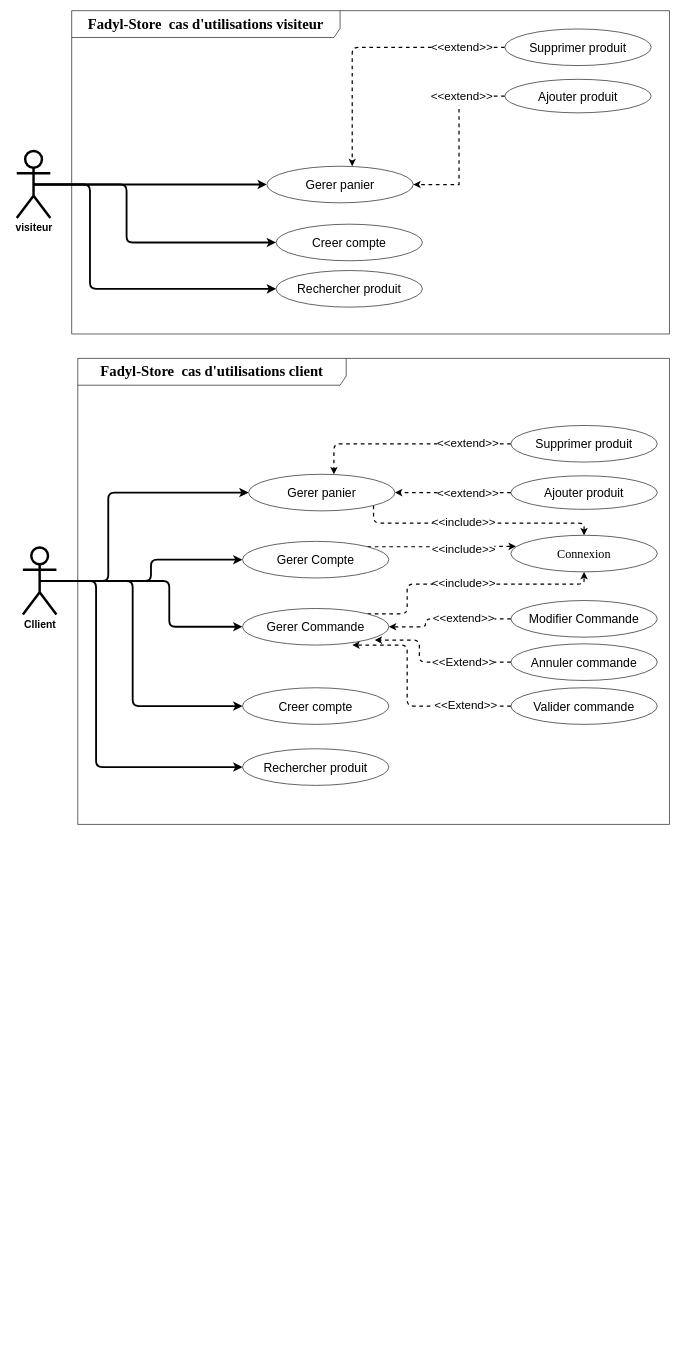
Before: use case.drawio in Meshavegas/Fadhyl-Store, a draw.io diagram. Source tidied: cells renumbered, new cells numbered last; positions are measured from the earlier drawing's top-left corner, leaving out a move shared by most shapes. Both pictures are drawn from the tidied source at 61%, with x=0, y=0 at pixel (16, 10).
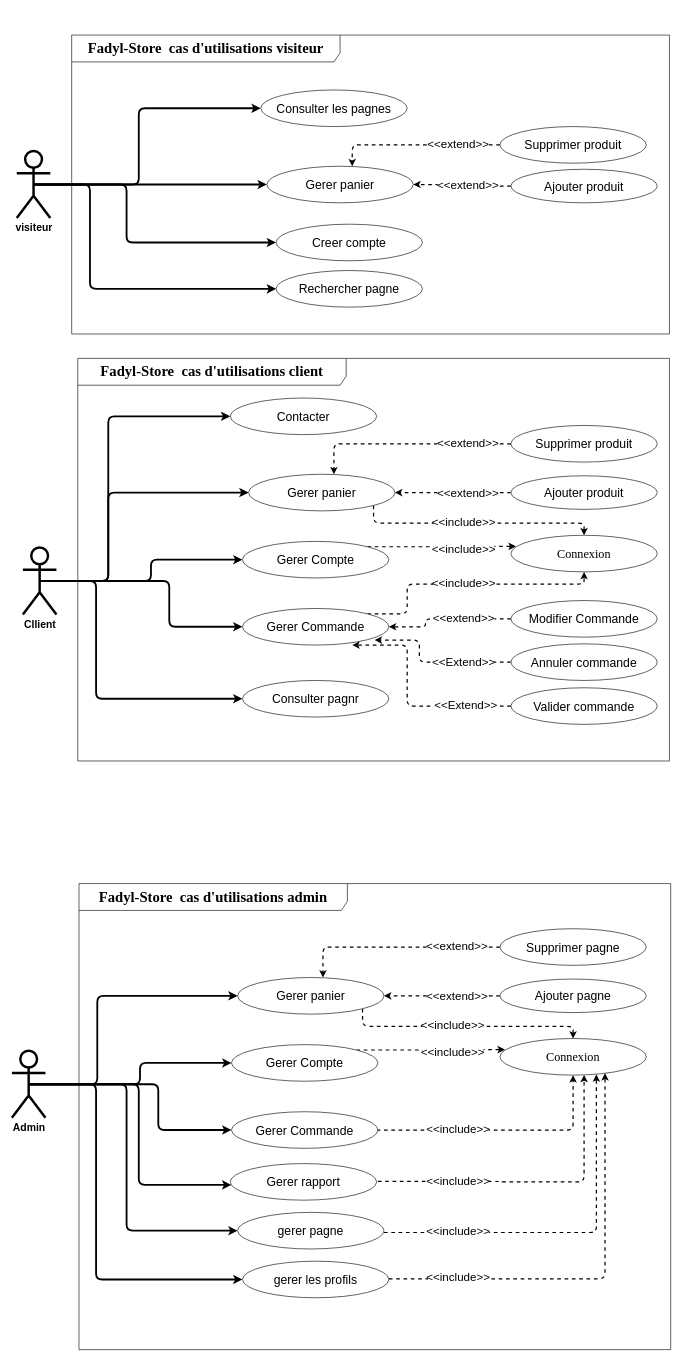
After the change.

The change refers to these unchanged cells:
```xml
<mxCell id="7" value="&lt;b&gt;&lt;font style=&quot;font-size: 17px;&quot;&gt;Cllient&lt;/font&gt;&lt;/b&gt;" style="shape=umlActor;verticalLabelPosition=bottom;verticalAlign=top;html=1;strokeWidth=4;" parent="1" vertex="1">
  <mxGeometry x="10" y="880" width="55" height="110" as="geometry" />
</mxCell>
<mxCell id="39" value="&lt;b&gt;&lt;font style=&quot;font-size: 17px;&quot;&gt;visiteur&lt;/font&gt;&lt;/b&gt;" style="shape=umlActor;verticalLabelPosition=bottom;verticalAlign=top;html=1;strokeWidth=4;" parent="1" vertex="1">
  <mxGeometry y="230" width="55" height="110" as="geometry" />
</mxCell>
```

Diff of the diagram source:
```diff
@@
-    <mxCell id="3" style="edgeStyle=orthogonalEdgeStyle;rounded=1;jettySize=auto;html=1;exitX=0.5;exitY=0.5;exitDx=0;exitDy=0;exitPerimeter=0;entryX=0;entryY=0.5;entryDx=0;entryDy=0;strokeWidth=3;" parent="1" edge="1" source="7" target="14">
-      <mxGeometry relative="1" as="geometry">
-        <Array as="points">
-          <mxPoint x="190" y="935" />
-          <mxPoint x="190" y="1140" />
-        </Array>
-      </mxGeometry>
-    </mxCell>
     <mxCell id="4" style="edgeStyle=orthogonalEdgeStyle;rounded=1;jettySize=auto;html=1;exitX=0.5;exitY=0.5;exitDx=0;exitDy=0;exitPerimeter=0;entryX=0;entryY=0.5;entryDx=0;entryDy=0;strokeWidth=3;" parent="1" edge="1" source="7" target="15">
       <mxGeometry relative="1" as="geometry">
         <Array as="points">
           <mxPoint x="130" y="935" />
-          <mxPoint x="130" y="1240" />
+          <mxPoint x="130" y="1128" />
         </Array>
       </mxGeometry>
     </mxCell>
@@
-    <mxCell id="14" value="&lt;font style=&quot;font-size: 20px;&quot;&gt;Creer compte&lt;/font&gt;" style="ellipse;whiteSpace=wrap;html=1;" parent="1" vertex="1">
-      <mxGeometry x="370" y="1110" width="240" height="60" as="geometry" />
-    </mxCell>
-    <mxCell id="15" value="&lt;font style=&quot;font-size: 20px;&quot;&gt;Rechercher produit&lt;/font&gt;" style="ellipse;whiteSpace=wrap;html=1;" parent="1" vertex="1">
-      <mxGeometry x="370" y="1210" width="240" height="60" as="geometry" />
+    <mxCell id="15" value="&lt;span style=&quot;font-size: 20px;&quot;&gt;Consulter pagnr&lt;/span&gt;" style="ellipse;whiteSpace=wrap;html=1;" parent="1" vertex="1">
+      <mxGeometry x="370" y="1098" width="240" height="60" as="geometry" />
     </mxCell>
@@
     <mxCell id="35" value="&lt;b style=&quot;border-color: var(--border-color); font-family: &amp;quot;Times New Roman&amp;quot;; font-size: 24px;&quot;&gt;Fadyl-Store&amp;nbsp; cas d'utilisations client&lt;/b&gt;" style="shape=umlFrame;whiteSpace=wrap;html=1;width=440;height=44;" parent="1" vertex="1">
-      <mxGeometry x="100" y="570" width="970" height="764" as="geometry" />
+      <mxGeometry x="100" y="570" width="970" height="660" as="geometry" />
     </mxCell>
@@
+    <mxCell id="50" style="edgeStyle=orthogonalEdgeStyle;rounded=1;jettySize=auto;html=1;exitX=0.5;exitY=0.5;exitDx=0;exitDy=0;exitPerimeter=0;entryX=0;entryY=0.5;entryDx=0;entryDy=0;strokeWidth=3;" parent="1" edge="1" source="39" target="86">
+      <mxGeometry relative="1" as="geometry">
+        <Array as="points">
+          <mxPoint x="200" y="285" />
+          <mxPoint x="200" y="160" />
+        </Array>
+      </mxGeometry>
+    </mxCell>
@@
-    <mxCell id="42" value="&lt;font style=&quot;font-size: 20px;&quot;&gt;Rechercher produit&lt;/font&gt;" style="ellipse;whiteSpace=wrap;html=1;" parent="1" vertex="1">
+    <mxCell id="42" value="&lt;font style=&quot;font-size: 20px;&quot;&gt;Rechercher pagne&lt;/font&gt;" style="ellipse;whiteSpace=wrap;html=1;" parent="1" vertex="1">
       <mxGeometry x="425" y="426" width="240" height="60" as="geometry" />
     </mxCell>
@@
     <mxCell id="44" value="&lt;font style=&quot;font-size: 20px;&quot;&gt;Ajouter produit&lt;/font&gt;" style="ellipse;whiteSpace=wrap;html=1;flipV=1;flipH=1;" parent="1" vertex="1">
-      <mxGeometry x="800" y="112.5" width="240" height="55" as="geometry" />
+      <mxGeometry x="810" y="260" width="240" height="55" as="geometry" />
     </mxCell>
@@
     <mxCell id="46" value="&lt;font style=&quot;font-size: 20px;&quot;&gt;Supprimer produit&lt;/font&gt;" style="ellipse;whiteSpace=wrap;html=1;flipV=1;flipH=1;" parent="1" vertex="1">
-      <mxGeometry x="800" y="30" width="240" height="60" as="geometry" />
+      <mxGeometry x="792" y="190" width="240" height="60" as="geometry" />
     </mxCell>
     <mxCell id="47" value="&lt;font style=&quot;font-size: 19px;&quot;&gt;&amp;lt;&amp;lt;extend&amp;gt;&amp;gt;&lt;/font&gt;" style="text;html=1;strokeColor=none;fillColor=default;align=center;verticalAlign=middle;whiteSpace=wrap;rounded=0;" parent="1" vertex="1">
-      <mxGeometry x="680" y="45" width="100" height="30" as="geometry" />
+      <mxGeometry x="674" y="205" width="100" height="30" as="geometry" />
     </mxCell>
     <mxCell id="48" value="&lt;font style=&quot;font-size: 19px;&quot;&gt;&amp;lt;&amp;lt;extend&amp;gt;&amp;gt;&lt;/font&gt;" style="text;html=1;strokeColor=none;fillColor=default;align=center;verticalAlign=middle;whiteSpace=wrap;rounded=0;" parent="1" vertex="1">
-      <mxGeometry x="680" y="126" width="100" height="30" as="geometry" />
+      <mxGeometry x="690" y="272" width="100" height="30" as="geometry" />
     </mxCell>
     <mxCell id="49" value="&lt;b style=&quot;border-color: var(--border-color); font-family: &amp;quot;Times New Roman&amp;quot;; font-size: 24px;&quot;&gt;Fadyl-Store&amp;nbsp; cas d'utilisations visiteur&lt;/b&gt;" style="shape=umlFrame;whiteSpace=wrap;html=1;width=440;height=44;" parent="1" vertex="1">
-      <mxGeometry x="90" width="980" height="530" as="geometry" />
+      <mxGeometry x="90" y="40" width="980" height="490" as="geometry" />
     </mxCell>
+    <mxCell id="51" value="&lt;font style=&quot;font-size: 20px;&quot;&gt;Contacter&lt;/font&gt;" style="ellipse;whiteSpace=wrap;html=1;fillStyle=solid;" parent="1" vertex="1">
+      <mxGeometry x="350" y="635" width="240" height="60" as="geometry" />
+    </mxCell>
+    <mxCell id="52" style="edgeStyle=orthogonalEdgeStyle;jettySize=auto;html=1;exitX=0.5;exitY=0.5;exitDx=0;exitDy=0;exitPerimeter=0;entryX=0;entryY=0.5;entryDx=0;entryDy=0;strokeWidth=3;rounded=1;" parent="1" edge="1" source="7" target="51">
+      <mxGeometry relative="1" as="geometry">
+        <Array as="points">
+          <mxPoint x="150" y="935" />
+          <mxPoint x="150" y="665" />
+        </Array>
+      </mxGeometry>
+    </mxCell>
+    <mxCell id="53" style="edgeStyle=orthogonalEdgeStyle;rounded=1;jettySize=auto;html=1;exitX=0.5;exitY=0.5;exitDx=0;exitDy=0;exitPerimeter=0;entryX=0;entryY=0.5;entryDx=0;entryDy=0;strokeWidth=3;" parent="1" edge="1" source="58" target="64">
+      <mxGeometry relative="1" as="geometry">
+        <Array as="points">
+          <mxPoint x="232" y="1760" />
+          <mxPoint x="232" y="1835" />
+        </Array>
+      </mxGeometry>
+    </mxCell>
+    <mxCell id="54" style="edgeStyle=orthogonalEdgeStyle;rounded=1;jettySize=auto;html=1;exitX=0.5;exitY=0.5;exitDx=0;exitDy=0;exitPerimeter=0;entryX=0;entryY=0.5;entryDx=0;entryDy=0;strokeWidth=3;" parent="1" edge="1" source="58" target="65">
+      <mxGeometry relative="1" as="geometry">
+        <Array as="points">
+          <mxPoint x="180" y="1760" />
+          <mxPoint x="180" y="2000" />
+        </Array>
+      </mxGeometry>
+    </mxCell>
+    <mxCell id="55" style="edgeStyle=orthogonalEdgeStyle;jettySize=auto;html=1;exitX=0.5;exitY=0.5;exitDx=0;exitDy=0;exitPerimeter=0;entryX=0;entryY=0.5;entryDx=0;entryDy=0;strokeWidth=3;rounded=1;" parent="1" edge="1" source="58" target="60">
+      <mxGeometry relative="1" as="geometry">
+        <Array as="points">
+          <mxPoint x="132" y="1760" />
+          <mxPoint x="132" y="1615" />
+        </Array>
+      </mxGeometry>
+    </mxCell>
+    <mxCell id="56" style="edgeStyle=orthogonalEdgeStyle;rounded=1;jettySize=auto;html=1;exitX=0.5;exitY=0.5;exitDx=0;exitDy=0;exitPerimeter=0;entryX=0;entryY=0.5;entryDx=0;entryDy=0;strokeWidth=3;" parent="1" edge="1" source="58" target="62">
+      <mxGeometry relative="1" as="geometry">
+        <Array as="points">
+          <mxPoint x="202" y="1760" />
+          <mxPoint x="202" y="1725" />
+        </Array>
+      </mxGeometry>
+    </mxCell>
+    <mxCell id="57" style="edgeStyle=orthogonalEdgeStyle;rounded=1;jettySize=auto;html=1;exitX=0.5;exitY=0.5;exitDx=0;exitDy=0;exitPerimeter=0;entryX=0;entryY=0.5;entryDx=0;entryDy=0;strokeWidth=3;" parent="1" edge="1" source="58" target="79">
+      <mxGeometry relative="1" as="geometry">
+        <Array as="points">
+          <mxPoint x="130" y="1760" />
+          <mxPoint x="130" y="2080" />
+        </Array>
+      </mxGeometry>
+    </mxCell>
+    <mxCell id="58" value="&lt;b&gt;&lt;font style=&quot;font-size: 17px;&quot;&gt;Admin&lt;/font&gt;&lt;/b&gt;" style="shape=umlActor;verticalLabelPosition=bottom;verticalAlign=top;html=1;strokeWidth=4;" parent="1" vertex="1">
+      <mxGeometry x="-8" y="1705" width="55" height="110" as="geometry" />
+    </mxCell>
+    <mxCell id="59" style="edgeStyle=orthogonalEdgeStyle;rounded=1;jettySize=auto;html=1;exitX=1;exitY=1;exitDx=0;exitDy=0;entryX=0.5;entryY=0;entryDx=0;entryDy=0;dashed=1;strokeWidth=2;" parent="1" edge="1" source="60" target="70">
+      <mxGeometry relative="1" as="geometry">
+        <Array as="points">
+          <mxPoint x="567" y="1665" />
+          <mxPoint x="912" y="1665" />
+        </Array>
+      </mxGeometry>
+    </mxCell>
+    <mxCell id="60" value="&lt;font style=&quot;font-size: 20px;&quot;&gt;Gerer panier&lt;/font&gt;" style="ellipse;whiteSpace=wrap;html=1;fillStyle=solid;" parent="1" vertex="1">
+      <mxGeometry x="362" y="1585" width="240" height="60" as="geometry" />
+    </mxCell>
+    <mxCell id="61" style="edgeStyle=orthogonalEdgeStyle;rounded=1;jettySize=auto;html=1;exitX=1;exitY=0;exitDx=0;exitDy=0;entryX=0.034;entryY=0.302;entryDx=0;entryDy=0;entryPerimeter=0;dashed=1;strokeWidth=2;" parent="1" edge="1" source="62" target="70">
+      <mxGeometry relative="1" as="geometry" />
+    </mxCell>
+    <mxCell id="62" value="&lt;font style=&quot;font-size: 20px;&quot;&gt;Gerer Compte&lt;/font&gt;" style="ellipse;whiteSpace=wrap;html=1;" parent="1" vertex="1">
+      <mxGeometry x="352" y="1695" width="240" height="60" as="geometry" />
+    </mxCell>
+    <mxCell id="63" style="edgeStyle=orthogonalEdgeStyle;rounded=1;jettySize=auto;html=1;entryX=0.5;entryY=1;entryDx=0;entryDy=0;dashed=1;strokeWidth=2;" parent="1" edge="1" target="70">
+      <mxGeometry relative="1" as="geometry">
+        <mxPoint x="590" y="1835" as="sourcePoint" />
+        <Array as="points">
+          <mxPoint x="912" y="1835" />
+        </Array>
+      </mxGeometry>
+    </mxCell>
+    <mxCell id="64" value="&lt;font style=&quot;font-size: 20px;&quot;&gt;Gerer Commande&lt;/font&gt;" style="ellipse;whiteSpace=wrap;html=1;" parent="1" vertex="1">
+      <mxGeometry x="352" y="1805" width="240" height="60" as="geometry" />
+    </mxCell>
+    <mxCell id="65" value="&lt;font style=&quot;font-size: 20px;&quot;&gt;gerer pagne&lt;/font&gt;" style="ellipse;whiteSpace=wrap;html=1;" parent="1" vertex="1">
+      <mxGeometry x="362" y="1970" width="240" height="60" as="geometry" />
+    </mxCell>
+    <mxCell id="66" style="edgeStyle=orthogonalEdgeStyle;rounded=0;jettySize=auto;html=1;exitX=0;exitY=0.5;exitDx=0;exitDy=0;entryX=1;entryY=0.5;entryDx=0;entryDy=0;dashed=1;strokeWidth=2;" parent="1" edge="1" source="67" target="60">
+      <mxGeometry relative="1" as="geometry" />
+    </mxCell>
+    <mxCell id="67" value="&lt;font style=&quot;font-size: 20px;&quot;&gt;Ajouter pagne&lt;/font&gt;" style="ellipse;whiteSpace=wrap;html=1;flipV=1;flipH=1;" parent="1" vertex="1">
+      <mxGeometry x="792" y="1587.5" width="240" height="55" as="geometry" />
+    </mxCell>
+    <mxCell id="68" style="edgeStyle=orthogonalEdgeStyle;rounded=1;jettySize=auto;html=1;entryX=0.583;entryY=0;entryDx=0;entryDy=0;entryPerimeter=0;dashed=1;strokeWidth=2;" parent="1" edge="1" source="69" target="60">
+      <mxGeometry relative="1" as="geometry" />
+    </mxCell>
+    <mxCell id="69" value="&lt;font style=&quot;font-size: 20px;&quot;&gt;Supprimer pagne&lt;/font&gt;" style="ellipse;whiteSpace=wrap;html=1;flipV=1;flipH=1;" parent="1" vertex="1">
+      <mxGeometry x="792" y="1505" width="240" height="60" as="geometry" />
+    </mxCell>
+    <mxCell id="70" value="&lt;font face=&quot;Times New Roman&quot; style=&quot;font-size: 20px;&quot;&gt;Connexion&lt;/font&gt;" style="ellipse;whiteSpace=wrap;html=1;" parent="1" vertex="1">
+      <mxGeometry x="792" y="1685" width="240" height="60" as="geometry" />
+    </mxCell>
+    <mxCell id="71" value="&lt;font style=&quot;font-size: 19px;&quot;&gt;&amp;lt;&amp;lt;include&amp;gt;&amp;gt;&lt;/font&gt;" style="text;html=1;strokeColor=none;fillColor=default;align=center;verticalAlign=middle;whiteSpace=wrap;rounded=0;" parent="1" vertex="1">
+      <mxGeometry x="674" y="1820" width="100" height="30" as="geometry" />
+    </mxCell>
+    <mxCell id="72" value="&lt;font style=&quot;font-size: 19px;&quot;&gt;&amp;lt;&amp;lt;include&amp;gt;&amp;gt;&lt;/font&gt;" style="text;html=1;strokeColor=none;fillColor=default;align=center;verticalAlign=middle;whiteSpace=wrap;rounded=0;" parent="1" vertex="1">
+      <mxGeometry x="665" y="1693" width="100" height="30" as="geometry" />
+    </mxCell>
+    <mxCell id="73" value="&lt;font style=&quot;font-size: 19px;&quot;&gt;&amp;lt;&amp;lt;include&amp;gt;&amp;gt;&lt;/font&gt;" style="text;html=1;strokeColor=none;fillColor=default;align=center;verticalAlign=middle;whiteSpace=wrap;rounded=0;" parent="1" vertex="1">
+      <mxGeometry x="665" y="1649" width="100" height="30" as="geometry" />
+    </mxCell>
+    <mxCell id="74" value="&lt;font style=&quot;font-size: 19px;&quot;&gt;&amp;lt;&amp;lt;extend&amp;gt;&amp;gt;&lt;/font&gt;" style="text;html=1;strokeColor=none;fillColor=default;align=center;verticalAlign=middle;whiteSpace=wrap;rounded=0;" parent="1" vertex="1">
+      <mxGeometry x="672" y="1520" width="100" height="30" as="geometry" />
+    </mxCell>
+    <mxCell id="75" value="&lt;font style=&quot;font-size: 19px;&quot;&gt;&amp;lt;&amp;lt;extend&amp;gt;&amp;gt;&lt;/font&gt;" style="text;html=1;strokeColor=none;fillColor=default;align=center;verticalAlign=middle;whiteSpace=wrap;rounded=0;" parent="1" vertex="1">
+      <mxGeometry x="672" y="1601" width="100" height="30" as="geometry" />
+    </mxCell>
+    <mxCell id="76" value="&lt;font style=&quot;font-size: 20px;&quot;&gt;Gerer rapport&lt;/font&gt;" style="ellipse;whiteSpace=wrap;html=1;" parent="1" vertex="1">
+      <mxGeometry x="350" y="1890" width="240" height="60" as="geometry" />
+    </mxCell>
+    <mxCell id="77" style="edgeStyle=orthogonalEdgeStyle;rounded=1;jettySize=auto;html=1;exitX=0.5;exitY=0.5;exitDx=0;exitDy=0;exitPerimeter=0;entryX=0.007;entryY=0.583;entryDx=0;entryDy=0;strokeWidth=3;entryPerimeter=0;" parent="1" edge="1" source="58" target="76">
+      <mxGeometry relative="1" as="geometry">
+        <Array as="points">
+          <mxPoint x="200" y="1760" />
+          <mxPoint x="200" y="1925" />
+        </Array>
+      </mxGeometry>
+    </mxCell>
+    <mxCell id="78" value="&lt;b style=&quot;border-color: var(--border-color); font-family: &amp;quot;Times New Roman&amp;quot;; font-size: 24px;&quot;&gt;Fadyl-Store&amp;nbsp; cas d'utilisations admin&lt;/b&gt;" style="shape=umlFrame;whiteSpace=wrap;html=1;width=440;height=44;" parent="1" vertex="1">
+      <mxGeometry x="102" y="1431" width="970" height="764" as="geometry" />
+    </mxCell>
+    <mxCell id="79" value="&lt;font style=&quot;font-size: 20px;&quot;&gt;gerer les profils&lt;/font&gt;" style="ellipse;whiteSpace=wrap;html=1;" parent="1" vertex="1">
+      <mxGeometry x="370" y="2050" width="240" height="60" as="geometry" />
+    </mxCell>
+    <mxCell id="80" style="edgeStyle=orthogonalEdgeStyle;rounded=1;jettySize=auto;html=1;exitX=1;exitY=0;exitDx=0;exitDy=0;dashed=1;strokeWidth=2;" parent="1" edge="1" target="70">
+      <mxGeometry relative="1" as="geometry">
+        <mxPoint x="592" y="1919" as="sourcePoint" />
+        <Array as="points">
+          <mxPoint x="790" y="1919" />
+          <mxPoint x="790" y="1920" />
+          <mxPoint x="930" y="1920" />
+        </Array>
+      </mxGeometry>
+    </mxCell>
+    <mxCell id="81" value="&lt;font style=&quot;font-size: 19px;&quot;&gt;&amp;lt;&amp;lt;include&amp;gt;&amp;gt;&lt;/font&gt;" style="text;html=1;strokeColor=none;fillColor=default;align=center;verticalAlign=middle;whiteSpace=wrap;rounded=0;" parent="1" vertex="1">
+      <mxGeometry x="674" y="1905" width="100" height="30" as="geometry" />
+    </mxCell>
+    <mxCell id="82" style="edgeStyle=orthogonalEdgeStyle;rounded=1;jettySize=auto;html=1;exitX=1;exitY=0;exitDx=0;exitDy=0;dashed=1;strokeWidth=2;entryX=0.659;entryY=0.978;entryDx=0;entryDy=0;entryPerimeter=0;" parent="1" edge="1" target="70">
+      <mxGeometry relative="1" as="geometry">
+        <mxPoint x="602" y="2003" as="sourcePoint" />
+        <Array as="points">
+          <mxPoint x="950" y="2003" />
+        </Array>
+      </mxGeometry>
+    </mxCell>
+    <mxCell id="83" value="&lt;font style=&quot;font-size: 19px;&quot;&gt;&amp;lt;&amp;lt;include&amp;gt;&amp;gt;&lt;/font&gt;" style="text;html=1;strokeColor=none;fillColor=default;align=center;verticalAlign=middle;whiteSpace=wrap;rounded=0;" parent="1" vertex="1">
+      <mxGeometry x="674" y="1987" width="100" height="30" as="geometry" />
+    </mxCell>
+    <mxCell id="84" style="edgeStyle=orthogonalEdgeStyle;rounded=1;jettySize=auto;html=1;exitX=1;exitY=0;exitDx=0;exitDy=0;dashed=1;strokeWidth=2;entryX=0.718;entryY=0.948;entryDx=0;entryDy=0;entryPerimeter=0;" parent="1" edge="1" target="70">
+      <mxGeometry relative="1" as="geometry">
+        <mxPoint x="610" y="2079" as="sourcePoint" />
+        <Array as="points">
+          <mxPoint x="964" y="2079" />
+        </Array>
+      </mxGeometry>
+    </mxCell>
+    <mxCell id="85" value="&lt;font style=&quot;font-size: 19px;&quot;&gt;&amp;lt;&amp;lt;include&amp;gt;&amp;gt;&lt;/font&gt;" style="text;html=1;strokeColor=none;fillColor=default;align=center;verticalAlign=middle;whiteSpace=wrap;rounded=0;" parent="1" vertex="1">
+      <mxGeometry x="674" y="2062" width="100" height="30" as="geometry" />
+    </mxCell>
+    <mxCell id="86" value="&lt;font style=&quot;font-size: 20px;&quot;&gt;Consulter les pagnes&lt;/font&gt;" style="ellipse;whiteSpace=wrap;html=1;fillStyle=solid;" parent="1" vertex="1">
+      <mxGeometry x="400" y="130" width="240" height="60" as="geometry" />
+    </mxCell>
```
